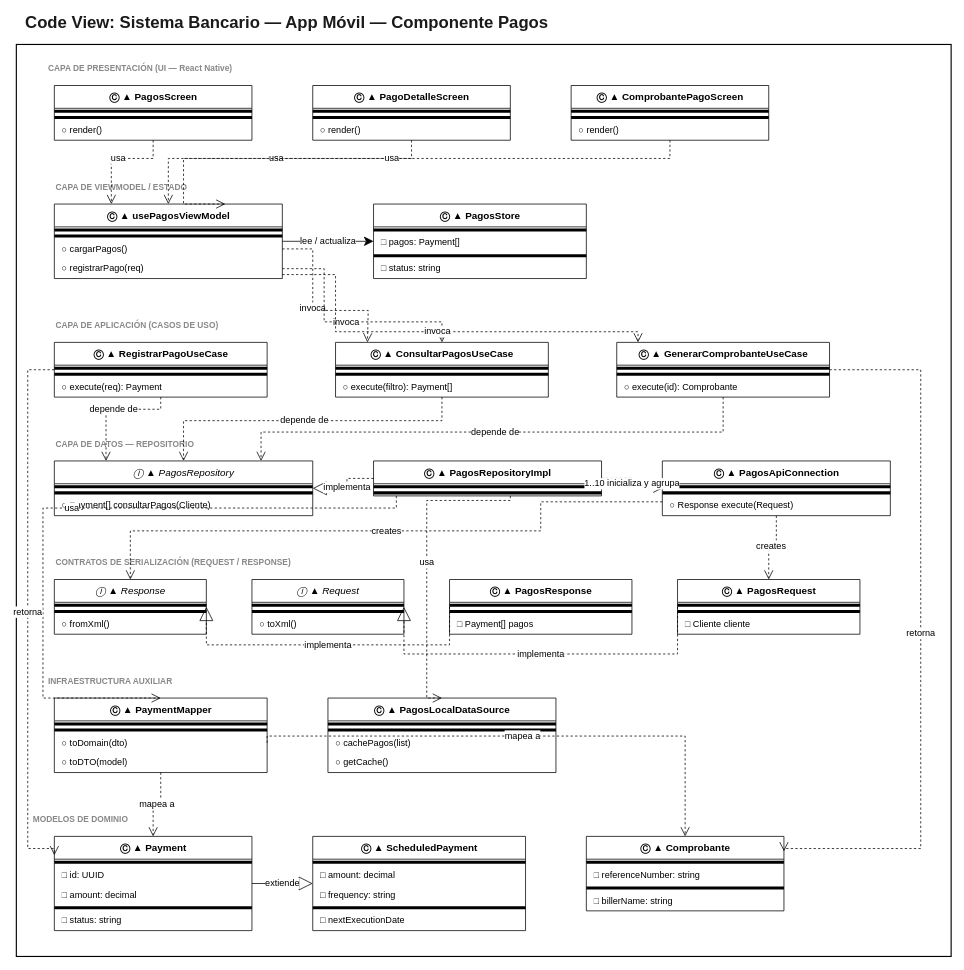
javer-ia-nos/documentacion keeps this draw.io diagram as docs/diagrams/code/codigo_pagos(mobile).drawio. Above is the earlier version. Source tidied: cells renumbered, new cells numbered last; positions are measured from the earlier drawing's top-left corner, leaving out a move shared by most shapes. Both pictures are drawn from the tidied source at 76%, with x=0, y=0 at pixel (16, 14).
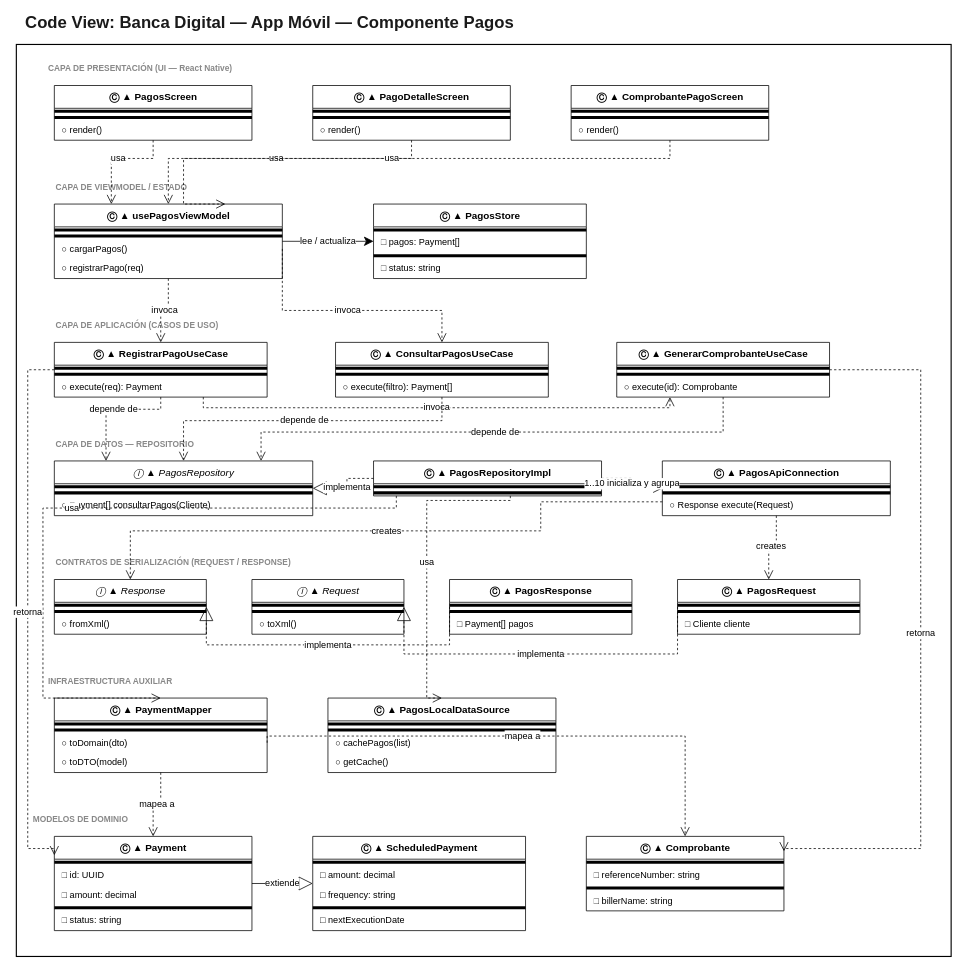
The same diagram, later.

Commit message:
Fix en el diagrama de código para pagos en móvil

The change refers to these unchanged cells:
```xml
<mxCell id="25" value="○ cargarPagos()" style="text;html=1;align=left;verticalAlign=middle;spacingLeft=8;spacingRight=4;overflow=hidden;fontSize=12;" parent="22" vertex="1">
  <mxGeometry y="46" width="300" height="26" as="geometry" />
</mxCell>
<mxCell id="26" value="○ registrarPago(req)" style="text;html=1;align=left;verticalAlign=middle;spacingLeft=8;spacingRight=4;overflow=hidden;fontSize=12;" parent="22" vertex="1">
  <mxGeometry y="72" width="300" height="26" as="geometry" />
</mxCell>
<mxCell id="32" value="Ⓒ ▲ RegistrarPagoUseCase" style="swimlane;fontStyle=1;align=center;verticalAlign=middle;horizontal=1;startSize=30;swimlaneFillColor=#ffffff;strokeColor=#000000;fillColor=#ffffff;fontSize=13;html=1;" parent="1" vertex="1">
  <mxGeometry x="50" y="432" width="280" height="72" as="geometry" />
</mxCell>
<mxCell id="36" value="Ⓒ ▲ ConsultarPagosUseCase" style="swimlane;fontStyle=1;align=center;verticalAlign=middle;horizontal=1;startSize=30;swimlaneFillColor=#ffffff;strokeColor=#000000;fillColor=#ffffff;fontSize=13;html=1;" parent="1" vertex="1">
  <mxGeometry x="420" y="432" width="280" height="72" as="geometry" />
</mxCell>
<mxCell id="40" value="Ⓒ ▲ GenerarComprobanteUseCase" style="swimlane;fontStyle=1;align=center;verticalAlign=middle;horizontal=1;startSize=30;swimlaneFillColor=#ffffff;strokeColor=#000000;fillColor=#ffffff;fontSize=13;html=1;" parent="1" vertex="1">
  <mxGeometry x="790" y="432" width="280" height="72" as="geometry" />
</mxCell>
```

Change to the diagram source:
```diff
@@
-    <mxCell id="98" value="Code View: Sistema Bancario — App Móvil — Componente Pagos" style="text;html=1;align=left;verticalAlign=middle;fontSize=22;fontColor=#1a1a1a;fontStyle=1;" parent="1" vertex="1">
+    <mxCell id="98" value="Code View: Banca Digital — App Móvil — Componente Pagos" style="text;html=1;align=left;verticalAlign=middle;fontSize=22;fontColor=#1a1a1a;fontStyle=1;" parent="1" vertex="1">
       <mxGeometry x="10" width="1100" height="24" as="geometry" />
     </mxCell>
@@
-    <mxCell id="103" value="invoca" style="edgeStyle=orthogonalEdgeStyle;rounded=0;jettySize=auto;html=1;endArrow=open;endFill=0;endSize=10;dashed=1;fontSize=12;fontColor=#000000;strokeColor=#000000;exitX=1;exitY=0.5;exitDx=0;exitDy=0;entryX=0.15;entryY=0;entryDx=0;entryDy=0;" parent="1" edge="1" source="25" target="36">
+    <mxCell id="103" value="invoca" style="edgeStyle=orthogonalEdgeStyle;rounded=0;jettySize=auto;html=1;endArrow=open;endFill=0;endSize=10;dashed=1;fontSize=12;fontColor=#000000;strokeColor=#000000;exitX=1;exitY=0.5;exitDx=0;exitDy=0;entryX=0.5;entryY=0;entryDx=0;entryDy=0;" parent="1" edge="1" source="25" target="36">
       <mxGeometry relative="1" as="geometry">
         <Array as="points">
-          <mxPoint x="390" y="309" />
-          <mxPoint x="390" y="390" />
-          <mxPoint x="463" y="390" />
+          <mxPoint x="350" y="309" />
+          <mxPoint x="350" y="390" />
+          <mxPoint x="560" y="390" />
         </Array>
       </mxGeometry>
     </mxCell>
-    <mxCell id="104" value="invoca" style="edgeStyle=orthogonalEdgeStyle;rounded=0;jettySize=auto;html=1;endArrow=open;endFill=0;endSize=10;dashed=1;fontSize=12;fontColor=#000000;strokeColor=#000000;exitX=1;exitY=0.5;exitDx=0;exitDy=0;entryX=0.5;entryY=0;entryDx=0;entryDy=0;" parent="1" edge="1" source="26" target="36">
-      <mxGeometry relative="1" as="geometry">
-        <Array as="points">
-          <mxPoint x="405" y="335" />
-          <mxPoint x="405" y="405" />
-          <mxPoint x="560" y="405" />
-        </Array>
-      </mxGeometry>
+    <mxCell id="104" value="invoca" style="edgeStyle=orthogonalEdgeStyle;rounded=0;jettySize=auto;html=1;endArrow=open;endFill=0;endSize=10;dashed=1;fontSize=12;fontColor=#000000;strokeColor=#000000;exitX=0.5;exitY=1;exitDx=0;exitDy=0;entryX=0.5;entryY=0;entryDx=0;entryDy=0;" parent="1" edge="1" source="26" target="32">
+      <mxGeometry relative="1" as="geometry" />
     </mxCell>
-    <mxCell id="105" value="invoca" style="edgeStyle=orthogonalEdgeStyle;rounded=0;jettySize=auto;html=1;endArrow=open;endFill=0;endSize=10;dashed=1;fontSize=12;fontColor=#000000;strokeColor=#000000;exitX=1;exitY=0.8;exitDx=0;exitDy=0;entryX=0.1;entryY=0;entryDx=0;entryDy=0;" parent="1" edge="1" source="26" target="40">
+    <mxCell id="105" value="invoca" style="edgeStyle=orthogonalEdgeStyle;rounded=0;jettySize=auto;html=1;endArrow=open;endFill=0;endSize=10;dashed=1;fontSize=12;fontColor=#000000;strokeColor=#000000;exitX=0.7;exitY=1;exitDx=0;exitDy=0;entryX=0.25;entryY=1;entryDx=0;entryDy=0;" parent="1" edge="1" source="32" target="40">
       <mxGeometry relative="1" as="geometry">
         <Array as="points">
-          <mxPoint x="420" y="342" />
-          <mxPoint x="420" y="418" />
-          <mxPoint x="818" y="418" />
+          <mxPoint x="246" y="518" />
+          <mxPoint x="860" y="518" />
         </Array>
       </mxGeometry>
     </mxCell>
```
